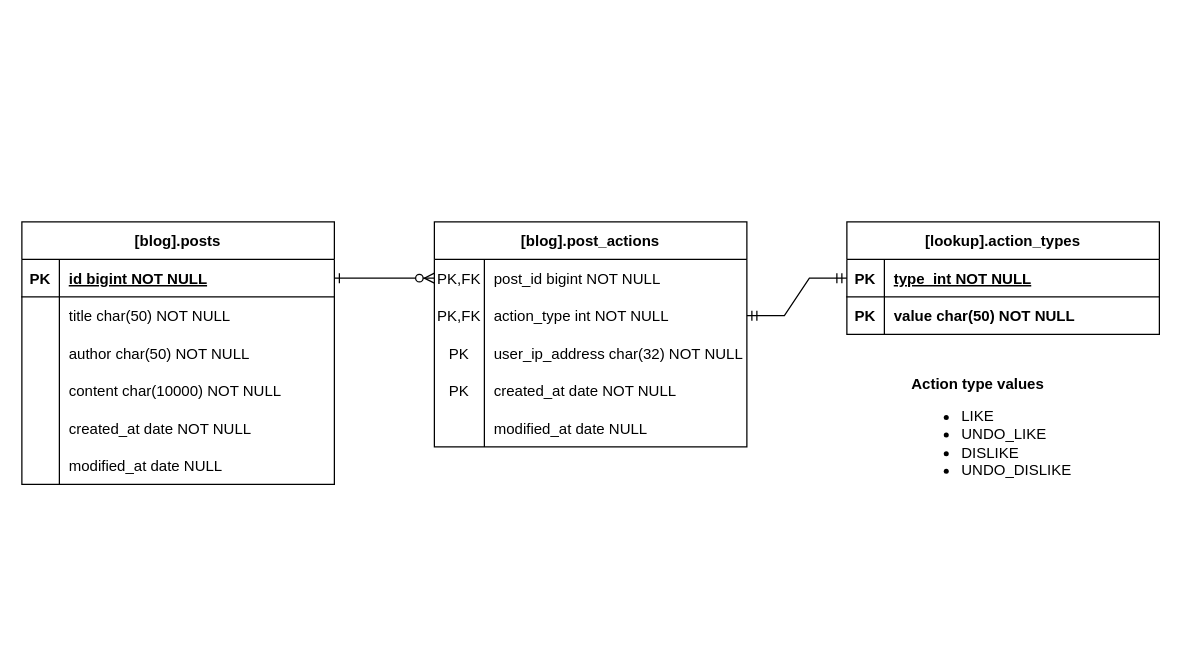
Above: Assets/bloggerdb_database_diagram.drawio in hariharansubramanian/Blog-full (draw.io), before the change. Source tidied: cells renumbered, new cells numbered last; positions are measured from the earlier drawing's top-left corner, leaving out a move shared by most shapes. Both pictures are drawn from the tidied source at 125%, with x=0, y=0 at pixel (21, 221).
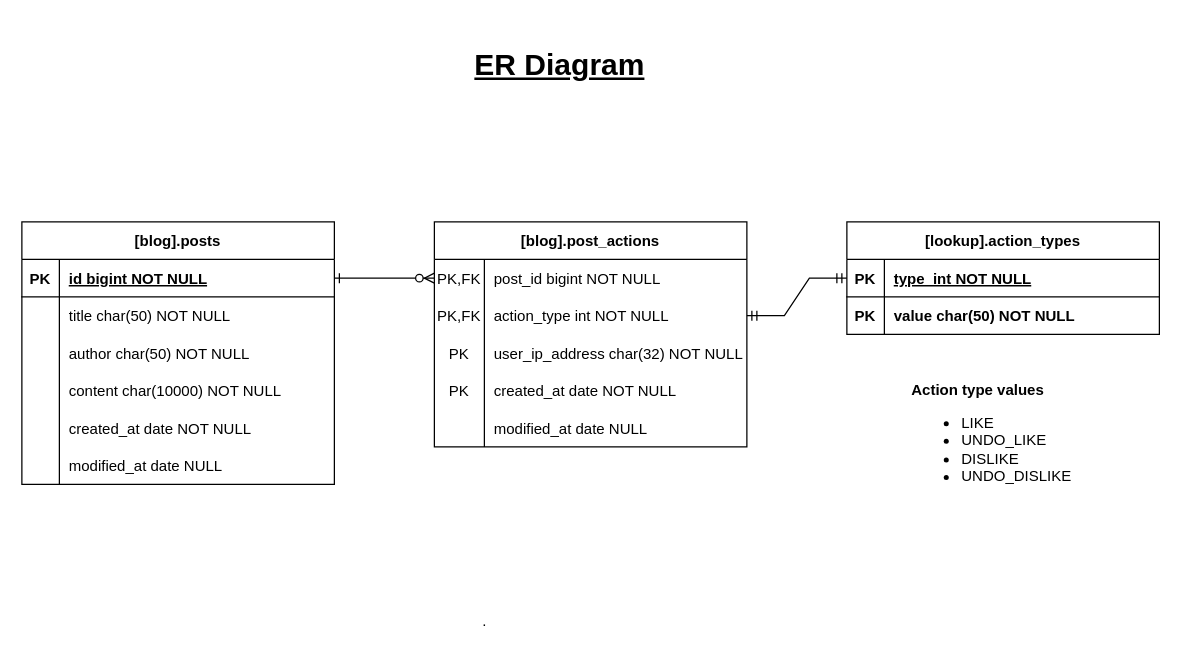
The same diagram, later.

Commit message (it also covers changes not shown here):
Included database diagram in README

The edit, as a diff of the source:
```diff
@@
     <mxCell id="46" value="&lt;b style=&quot;background-color: initial;&quot;&gt;Action type values&lt;/b&gt;&lt;br&gt;&lt;ul&gt;&lt;li&gt;&lt;span style=&quot;background-color: initial; text-align: justify;&quot;&gt;LIKE&lt;/span&gt;&lt;/li&gt;&lt;li&gt;&lt;span style=&quot;background-color: initial; text-align: justify;&quot;&gt;UNDO_LIKE&lt;/span&gt;&lt;/li&gt;&lt;li&gt;&lt;span style=&quot;background-color: initial; text-align: justify;&quot;&gt;DISLIKE&lt;/span&gt;&lt;/li&gt;&lt;li&gt;&lt;span style=&quot;background-color: initial; text-align: justify;&quot;&gt;UNDO_DISLIKE&lt;/span&gt;&lt;/li&gt;&lt;/ul&gt;" style="text;html=1;align=left;verticalAlign=middle;strokeColor=none;fillColor=none;horizontal=1;" parent="1" vertex="1">
-      <mxGeometry x="710" y="115" width="150" height="110" as="geometry" />
+      <mxGeometry x="710" y="120" width="150" height="110" as="geometry" />
     </mxCell>
+    <mxCell id="47" value="&lt;h1&gt;&lt;b&gt;ER Diagram&lt;/b&gt;&lt;/h1&gt;" style="text;html=1;align=center;verticalAlign=middle;strokeColor=none;fillColor=none;fontStyle=4;" parent="1" vertex="1">
+      <mxGeometry x="350" y="-160" width="160" height="70" as="geometry" />
+    </mxCell>
+    <mxCell id="48" value="." style="text;html=1;align=center;verticalAlign=middle;strokeColor=none;fillColor=none;" parent="1" vertex="1">
+      <mxGeometry x="355" y="305" width="30" height="30" as="geometry" />
+    </mxCell>
```
